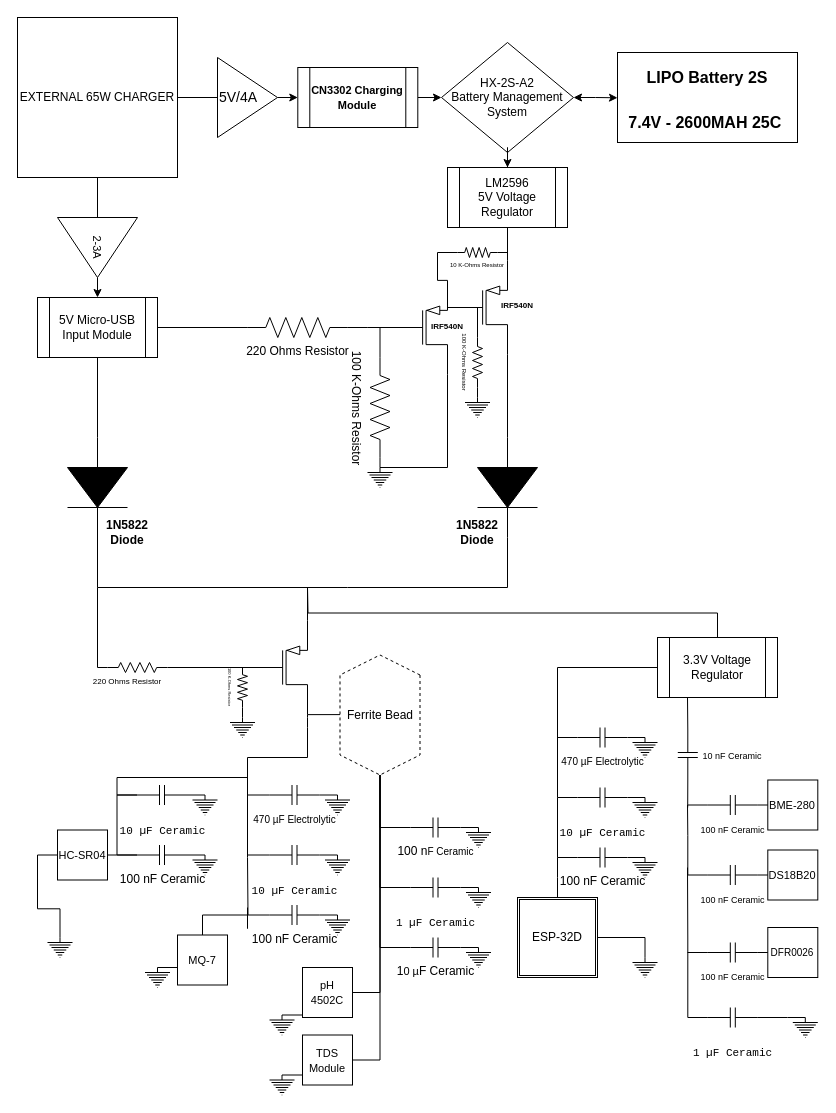
Zer0-Dayy/Hydroponics-Monitoring-System keeps this draw.io diagram as Documentation/Electrical System Diagram.drawio. Above is the earlier version. Source tidied: cells renumbered, new cells numbered last; positions are measured from the earlier drawing's top-left corner, leaving out a move shared by most shapes. Both pictures are drawn from the tidied source at 100%, with x=0, y=0 at pixel (17, 17).
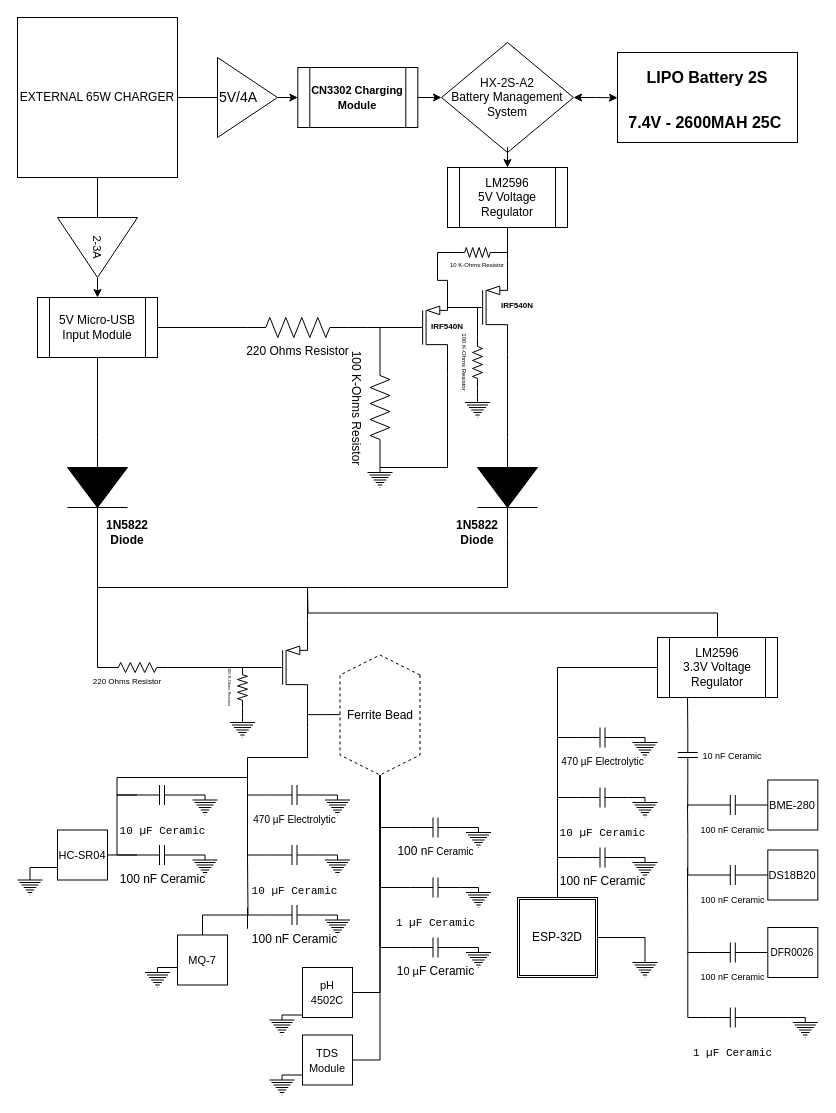
After the change.

Commit message (it also covers changes not shown here):
Minor error fixes in the 'Electrical System Diagram'.

The change refers to these unchanged cells:
```xml
<mxCell id="29" value="&lt;font style=&quot;font-size: 11px;&quot;&gt;HC-SR04&lt;/font&gt;" style="whiteSpace=wrap;html=1;" parent="1" vertex="1">
  <mxGeometry x="40" y="812.5" width="50" height="50" as="geometry" />
</mxCell>
```

Change to the diagram source:
```diff
@@
-    <mxCell id="45" style="edgeStyle=orthogonalEdgeStyle;rounded=0;jettySize=auto;html=1;exitX=0.5;exitY=0;exitDx=0;exitDy=0;exitPerimeter=0;entryX=0;entryY=0.5;entryDx=0;entryDy=0;endArrow=none;endFill=0;" parent="1" edge="1" source="46" target="29">
-      <mxGeometry relative="1" as="geometry" />
-    </mxCell>
     <mxCell id="46" style="verticalLabelPosition=bottom;shadow=0;dashed=0;align=center;html=1;verticalAlign=top;shape=mxgraph.electrical.signal_sources.protective_earth;" parent="1" vertex="1">
-      <mxGeometry x="30" y="920" width="25" height="20" as="geometry" />
+      <mxGeometry y="857.5" width="25" height="20" as="geometry" />
     </mxCell>
@@
-    <mxCell id="112" value="3.3V Voltage Regulator" style="shape=process;whiteSpace=wrap;html=1;backgroundOutline=1;" parent="1" vertex="1">
+    <mxCell id="112" value="&lt;div&gt;LM2596&lt;/div&gt;3.3V Voltage Regulator" style="shape=process;whiteSpace=wrap;html=1;backgroundOutline=1;" parent="1" vertex="1">
       <mxGeometry x="640" y="620" width="120" height="60" as="geometry" />
     </mxCell>
@@
+    <mxCell id="150" style="edgeStyle=orthogonalEdgeStyle;rounded=0;jettySize=auto;html=1;exitX=0;exitY=0.75;exitDx=0;exitDy=0;entryX=0.5;entryY=0;entryDx=0;entryDy=0;entryPerimeter=0;endArrow=none;endFill=0;" parent="1" edge="1" source="29" target="46">
+      <mxGeometry relative="1" as="geometry" />
+    </mxCell>
```
